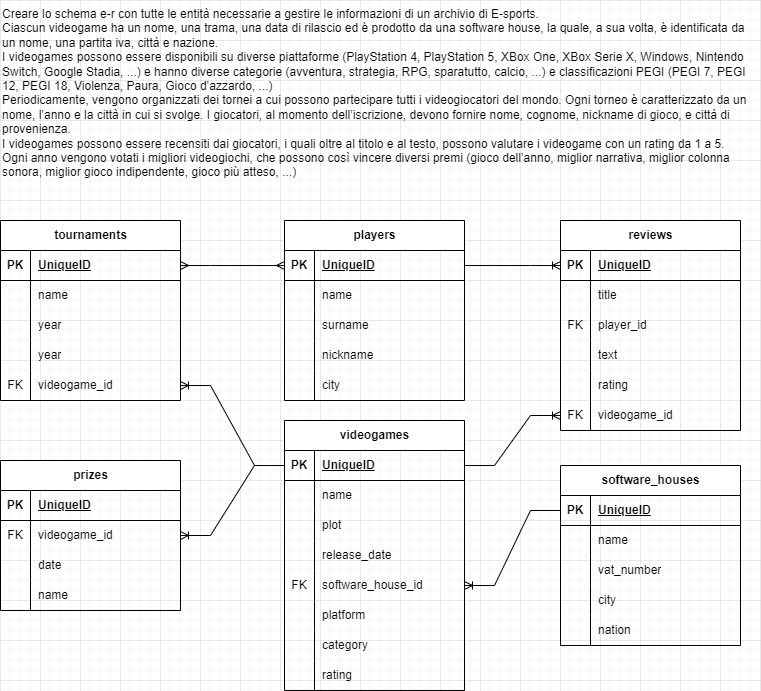
Earlier version of the draw.io export db-videogames.drawio.png (T30G10v4/db-videogames). Source tidied: cells renumbered, new cells last; positions are measured from the earlier drawing's top-left corner, leaving out a move shared by most shapes.
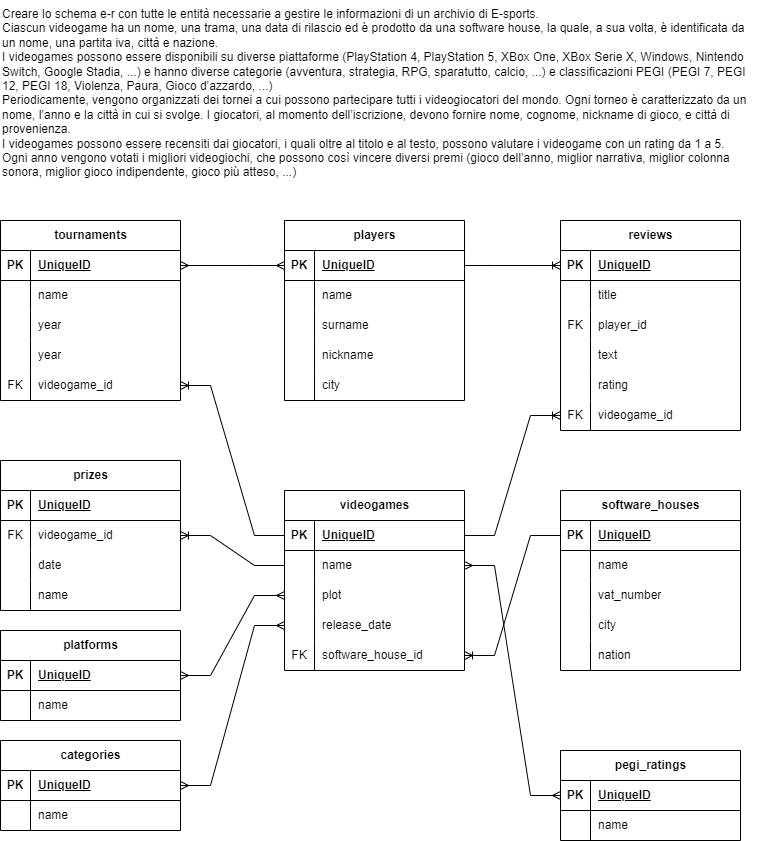
Above is the later version.

What changed in the source:
```diff
@@ -6,7 +6,7 @@
       <mxGeometry width="760" height="190" as="geometry" />
     </mxCell>
     <mxCell id="3" value="videogames" style="shape=table;startSize=30;rowLines=0;fontStyle=1;align=center;html=1;" parent="1" vertex="1">
-      <mxGeometry x="284" y="420" width="180" height="270" as="geometry" />
+      <mxGeometry x="284" y="490" width="180" height="180" as="geometry" />
     </mxCell>
     <mxCell id="4" style="shape=tableRow;horizontal=0;startSize=0;swimlaneHead=0;swimlaneBody=0;fillColor=none;points=[[0,0.5],[1,0.5]];portConstraint=eastwest;top=0;left=0;right=0;bottom=1;" parent="3" vertex="1">
       <mxGeometry y="30" width="180" height="30" as="geometry" />
@@ -53,35 +53,8 @@
     <mxCell id="18" value="software_house_id" style="shape=partialRectangle;fillColor=none;top=0;left=0;bottom=0;right=0;align=left;spacingLeft=6;overflow=hidden;whiteSpace=wrap;html=1;" parent="16" vertex="1">
       <mxGeometry x="30" width="150" height="30" as="geometry" />
     </mxCell>
-    <mxCell id="19" style="shape=tableRow;horizontal=0;startSize=0;swimlaneHead=0;swimlaneBody=0;fillColor=none;top=0;left=0;right=0;bottom=0;" parent="3" vertex="1">
-      <mxGeometry y="180" width="180" height="30" as="geometry" />
-    </mxCell>
-    <mxCell id="20" style="shape=partialRectangle;fillColor=none;top=0;left=0;bottom=0;right=0;overflow=hidden;whiteSpace=wrap;html=1;" parent="19" vertex="1">
-      <mxGeometry width="30" height="30" as="geometry" />
-    </mxCell>
-    <mxCell id="21" value="platform" style="shape=partialRectangle;fillColor=none;top=0;left=0;bottom=0;right=0;align=left;spacingLeft=6;overflow=hidden;whiteSpace=wrap;html=1;" parent="19" vertex="1">
-      <mxGeometry x="30" width="150" height="30" as="geometry" />
-    </mxCell>
-    <mxCell id="22" style="shape=tableRow;horizontal=0;startSize=0;swimlaneHead=0;swimlaneBody=0;fillColor=none;top=0;left=0;right=0;bottom=0;" parent="3" vertex="1">
-      <mxGeometry y="210" width="180" height="30" as="geometry" />
-    </mxCell>
-    <mxCell id="23" style="shape=partialRectangle;fillColor=none;top=0;left=0;bottom=0;right=0;overflow=hidden;whiteSpace=wrap;html=1;" parent="22" vertex="1">
-      <mxGeometry width="30" height="30" as="geometry" />
-    </mxCell>
-    <mxCell id="24" value="category" style="shape=partialRectangle;fillColor=none;top=0;left=0;bottom=0;right=0;align=left;spacingLeft=6;overflow=hidden;whiteSpace=wrap;html=1;" parent="22" vertex="1">
-      <mxGeometry x="30" width="150" height="30" as="geometry" />
-    </mxCell>
-    <mxCell id="25" style="shape=tableRow;horizontal=0;startSize=0;swimlaneHead=0;swimlaneBody=0;fillColor=none;top=0;left=0;right=0;bottom=0;" parent="3" vertex="1">
-      <mxGeometry y="240" width="180" height="30" as="geometry" />
-    </mxCell>
-    <mxCell id="26" style="shape=partialRectangle;fillColor=none;top=0;left=0;bottom=0;right=0;overflow=hidden;whiteSpace=wrap;html=1;" parent="25" vertex="1">
-      <mxGeometry width="30" height="30" as="geometry" />
-    </mxCell>
-    <mxCell id="27" value="rating" style="shape=partialRectangle;fillColor=none;top=0;left=0;bottom=0;right=0;align=left;spacingLeft=6;overflow=hidden;whiteSpace=wrap;html=1;" parent="25" vertex="1">
-      <mxGeometry x="30" width="150" height="30" as="geometry" />
-    </mxCell>
     <mxCell id="28" value="software_houses" style="shape=table;startSize=30;rowLines=0;fontStyle=1;align=center;html=1;" parent="1" vertex="1">
-      <mxGeometry x="560" y="465" width="180" height="180" as="geometry" />
+      <mxGeometry x="560" y="490" width="180" height="180" as="geometry" />
     </mxCell>
     <mxCell id="29" style="shape=tableRow;horizontal=0;startSize=0;swimlaneHead=0;swimlaneBody=0;fillColor=none;points=[[0,0.5],[1,0.5]];portConstraint=eastwest;top=0;left=0;right=0;bottom=1;" parent="28" vertex="1">
       <mxGeometry y="30" width="180" height="30" as="geometry" />
@@ -335,8 +308,80 @@
     <mxCell id="112" value="name" style="shape=partialRectangle;fillColor=none;top=0;left=0;bottom=0;right=0;align=left;spacingLeft=6;overflow=hidden;whiteSpace=wrap;html=1;" parent="110" vertex="1">
       <mxGeometry x="30" width="150" height="30" as="geometry" />
     </mxCell>
-    <mxCell id="113" style="edgeStyle=entityRelationEdgeStyle;fontSize=12;html=1;endArrow=ERoneToMany;rounded=0;entryX=1;entryY=0.5;entryDx=0;entryDy=0;" parent="1" edge="1" source="4" target="104">
+    <mxCell id="113" style="edgeStyle=entityRelationEdgeStyle;fontSize=12;html=1;endArrow=ERoneToMany;rounded=0;entryX=1;entryY=0.5;entryDx=0;entryDy=0;exitX=0;exitY=0.5;exitDx=0;exitDy=0;" parent="1" edge="1" source="7" target="104">
       <mxGeometry relative="1" as="geometry" />
     </mxCell>
+    <mxCell id="114" value="platforms" style="shape=table;startSize=30;rowLines=0;fontStyle=1;align=center;html=1;" parent="1" vertex="1">
+      <mxGeometry y="630" width="180" height="90" as="geometry" />
+    </mxCell>
+    <mxCell id="115" style="shape=tableRow;horizontal=0;startSize=0;swimlaneHead=0;swimlaneBody=0;fillColor=none;points=[[0,0.5],[1,0.5]];portConstraint=eastwest;top=0;left=0;right=0;bottom=1;" parent="114" vertex="1">
+      <mxGeometry y="30" width="180" height="30" as="geometry" />
+    </mxCell>
+    <mxCell id="116" value="PK" style="shape=partialRectangle;fillColor=none;top=0;left=0;bottom=0;right=0;fontStyle=1;overflow=hidden;whiteSpace=wrap;html=1;" parent="115" vertex="1">
+      <mxGeometry width="30" height="30" as="geometry" />
+    </mxCell>
+    <mxCell id="117" value="UniqueID" style="shape=partialRectangle;fillColor=none;top=0;left=0;bottom=0;right=0;align=left;spacingLeft=6;fontStyle=5;overflow=hidden;whiteSpace=wrap;html=1;" parent="115" vertex="1">
+      <mxGeometry x="30" width="150" height="30" as="geometry" />
+    </mxCell>
+    <mxCell id="118" style="shape=tableRow;horizontal=0;startSize=0;swimlaneHead=0;swimlaneBody=0;fillColor=none;top=0;left=0;right=0;bottom=0;" parent="114" vertex="1">
+      <mxGeometry y="60" width="180" height="30" as="geometry" />
+    </mxCell>
+    <mxCell id="119" style="shape=partialRectangle;fillColor=none;top=0;left=0;bottom=0;right=0;overflow=hidden;whiteSpace=wrap;html=1;" parent="118" vertex="1">
+      <mxGeometry width="30" height="30" as="geometry" />
+    </mxCell>
+    <mxCell id="120" value="name" style="shape=partialRectangle;fillColor=none;top=0;left=0;bottom=0;right=0;align=left;spacingLeft=6;overflow=hidden;whiteSpace=wrap;html=1;" parent="118" vertex="1">
+      <mxGeometry x="30" width="150" height="30" as="geometry" />
+    </mxCell>
+    <mxCell id="121" style="edgeStyle=entityRelationEdgeStyle;fontSize=12;html=1;endArrow=ERmany;startArrow=ERmany;rounded=0;exitX=1;exitY=0.5;exitDx=0;exitDy=0;entryX=0;entryY=0.5;entryDx=0;entryDy=0;" parent="1" edge="1" source="115" target="10">
+      <mxGeometry relative="1" as="geometry" />
+    </mxCell>
+    <mxCell id="122" value="categories" style="shape=table;startSize=30;rowLines=0;fontStyle=1;align=center;html=1;" parent="1" vertex="1">
+      <mxGeometry y="740" width="180" height="90" as="geometry" />
+    </mxCell>
+    <mxCell id="123" style="shape=tableRow;horizontal=0;startSize=0;swimlaneHead=0;swimlaneBody=0;fillColor=none;points=[[0,0.5],[1,0.5]];portConstraint=eastwest;top=0;left=0;right=0;bottom=1;" parent="122" vertex="1">
+      <mxGeometry y="30" width="180" height="30" as="geometry" />
+    </mxCell>
+    <mxCell id="124" value="PK" style="shape=partialRectangle;fillColor=none;top=0;left=0;bottom=0;right=0;fontStyle=1;overflow=hidden;whiteSpace=wrap;html=1;" parent="123" vertex="1">
+      <mxGeometry width="30" height="30" as="geometry" />
+    </mxCell>
+    <mxCell id="125" value="UniqueID" style="shape=partialRectangle;fillColor=none;top=0;left=0;bottom=0;right=0;align=left;spacingLeft=6;fontStyle=5;overflow=hidden;whiteSpace=wrap;html=1;" parent="123" vertex="1">
+      <mxGeometry x="30" width="150" height="30" as="geometry" />
+    </mxCell>
+    <mxCell id="126" style="shape=tableRow;horizontal=0;startSize=0;swimlaneHead=0;swimlaneBody=0;fillColor=none;top=0;left=0;right=0;bottom=0;" parent="122" vertex="1">
+      <mxGeometry y="60" width="180" height="30" as="geometry" />
+    </mxCell>
+    <mxCell id="127" style="shape=partialRectangle;fillColor=none;top=0;left=0;bottom=0;right=0;overflow=hidden;whiteSpace=wrap;html=1;" parent="126" vertex="1">
+      <mxGeometry width="30" height="30" as="geometry" />
+    </mxCell>
+    <mxCell id="128" value="name" style="shape=partialRectangle;fillColor=none;top=0;left=0;bottom=0;right=0;align=left;spacingLeft=6;overflow=hidden;whiteSpace=wrap;html=1;" parent="126" vertex="1">
+      <mxGeometry x="30" width="150" height="30" as="geometry" />
+    </mxCell>
+    <mxCell id="129" style="edgeStyle=entityRelationEdgeStyle;fontSize=12;html=1;endArrow=ERmany;startArrow=ERmany;rounded=0;exitX=1;exitY=0.5;exitDx=0;exitDy=0;entryX=0;entryY=0.5;entryDx=0;entryDy=0;" parent="1" edge="1" source="123" target="13">
+      <mxGeometry relative="1" as="geometry" />
+    </mxCell>
+    <mxCell id="130" value="pegi_ratings" style="shape=table;startSize=30;rowLines=0;fontStyle=1;align=center;html=1;" parent="1" vertex="1">
+      <mxGeometry x="560" y="750" width="180" height="90" as="geometry" />
+    </mxCell>
+    <mxCell id="131" style="shape=tableRow;horizontal=0;startSize=0;swimlaneHead=0;swimlaneBody=0;fillColor=none;points=[[0,0.5],[1,0.5]];portConstraint=eastwest;top=0;left=0;right=0;bottom=1;" parent="130" vertex="1">
+      <mxGeometry y="30" width="180" height="30" as="geometry" />
+    </mxCell>
+    <mxCell id="132" value="PK" style="shape=partialRectangle;fillColor=none;top=0;left=0;bottom=0;right=0;fontStyle=1;overflow=hidden;whiteSpace=wrap;html=1;" parent="131" vertex="1">
+      <mxGeometry width="30" height="30" as="geometry" />
+    </mxCell>
+    <mxCell id="133" value="UniqueID" style="shape=partialRectangle;fillColor=none;top=0;left=0;bottom=0;right=0;align=left;spacingLeft=6;fontStyle=5;overflow=hidden;whiteSpace=wrap;html=1;" parent="131" vertex="1">
+      <mxGeometry x="30" width="150" height="30" as="geometry" />
+    </mxCell>
+    <mxCell id="134" style="shape=tableRow;horizontal=0;startSize=0;swimlaneHead=0;swimlaneBody=0;fillColor=none;top=0;left=0;right=0;bottom=0;" parent="130" vertex="1">
+      <mxGeometry y="60" width="180" height="30" as="geometry" />
+    </mxCell>
+    <mxCell id="135" style="shape=partialRectangle;fillColor=none;top=0;left=0;bottom=0;right=0;overflow=hidden;whiteSpace=wrap;html=1;" parent="134" vertex="1">
+      <mxGeometry width="30" height="30" as="geometry" />
+    </mxCell>
+    <mxCell id="136" value="name" style="shape=partialRectangle;fillColor=none;top=0;left=0;bottom=0;right=0;align=left;spacingLeft=6;overflow=hidden;whiteSpace=wrap;html=1;" parent="134" vertex="1">
+      <mxGeometry x="30" width="150" height="30" as="geometry" />
+    </mxCell>
+    <mxCell id="137" style="edgeStyle=entityRelationEdgeStyle;fontSize=12;html=1;endArrow=ERmany;startArrow=ERmany;rounded=0;entryX=0;entryY=0.5;entryDx=0;entryDy=0;exitX=1;exitY=0.5;exitDx=0;exitDy=0;" parent="1" edge="1" source="7" target="131">
+      <mxGeometry relative="1" as="geometry" />
+    </mxCell>
   </root>
 </mxGraphModel>
```
